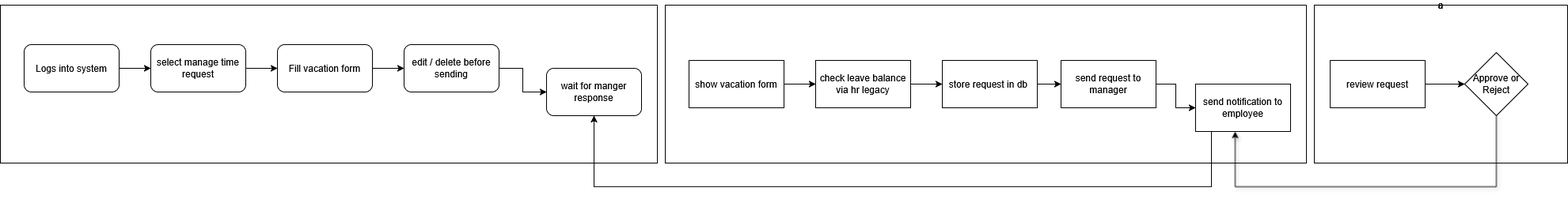
The draw.io diagram Flowchart.drawio.png in Moaz-ashraf1/Vaction-System, before a commit. Source tidied: cells renumbered, new cells last; positions are measured from the earlier drawing's top-left corner, leaving out a move shared by most shapes. Its diagram source:
```xml
<mxGraphModel>
  <root>
    <mxCell id="0" />
    <mxCell id="1" parent="0" />
    <mxCell id="2" style="swimlane;startSize=0;" parent="1" vertex="1">
      <mxGeometry width="830" height="200" as="geometry" />
    </mxCell>
    <mxCell id="3" style="edgeStyle=orthogonalEdgeStyle;rounded=0;jettySize=auto;html=1;" parent="2" edge="1" source="4" target="6">
      <mxGeometry relative="1" as="geometry" />
    </mxCell>
    <mxCell id="4" value="Logs into system" style="rounded=1;whiteSpace=wrap;html=1;" parent="2" vertex="1">
      <mxGeometry x="30" y="50" width="120" height="60" as="geometry" />
    </mxCell>
    <mxCell id="5" style="edgeStyle=orthogonalEdgeStyle;rounded=0;jettySize=auto;html=1;" parent="2" edge="1" source="6" target="8">
      <mxGeometry relative="1" as="geometry" />
    </mxCell>
    <mxCell id="6" value="select manage time request" style="rounded=1;whiteSpace=wrap;html=1;" parent="2" vertex="1">
      <mxGeometry x="190" y="50" width="120" height="60" as="geometry" />
    </mxCell>
    <mxCell id="7" style="edgeStyle=orthogonalEdgeStyle;rounded=0;jettySize=auto;html=1;" parent="2" edge="1" source="8" target="10">
      <mxGeometry relative="1" as="geometry" />
    </mxCell>
    <mxCell id="8" value="&lt;div&gt;Fill vacation form&lt;/div&gt;" style="rounded=1;whiteSpace=wrap;html=1;" parent="2" vertex="1">
      <mxGeometry x="350" y="50" width="120" height="60" as="geometry" />
    </mxCell>
    <mxCell id="9" style="edgeStyle=orthogonalEdgeStyle;rounded=0;jettySize=auto;html=1;" parent="2" edge="1" source="10" target="11">
      <mxGeometry relative="1" as="geometry" />
    </mxCell>
    <mxCell id="10" value="edit / delete before sending" style="rounded=1;whiteSpace=wrap;html=1;" parent="2" vertex="1">
      <mxGeometry x="510" y="50" width="120" height="60" as="geometry" />
    </mxCell>
    <mxCell id="11" value="wait for manger response" style="rounded=1;whiteSpace=wrap;html=1;" parent="2" vertex="1">
      <mxGeometry x="690" y="80" width="120" height="60" as="geometry" />
    </mxCell>
    <mxCell id="12" style="endArrow=classic;html=1;rounded=0;edgeStyle=orthogonalEdgeStyle;exitX=0;exitY=0.75;exitDx=0;exitDy=0;" parent="2" edge="1" target="11">
      <mxGeometry relative="1" as="geometry">
        <mxPoint x="1510" y="155" as="sourcePoint" />
        <Array as="points">
          <mxPoint x="1510" y="160" />
          <mxPoint x="1530" y="160" />
          <mxPoint x="1530" y="230" />
          <mxPoint x="750" y="230" />
        </Array>
      </mxGeometry>
    </mxCell>
    <mxCell id="13" style="edgeStyle=orthogonalEdgeStyle;rounded=0;jettySize=auto;html=1;" parent="1" edge="1" source="14" target="16">
      <mxGeometry relative="1" as="geometry" />
    </mxCell>
    <mxCell id="14" value="show vacation form" style="rounded=0;whiteSpace=wrap;html=1;" parent="1" vertex="1">
      <mxGeometry x="870" y="70" width="120" height="60" as="geometry" />
    </mxCell>
    <mxCell id="15" style="edgeStyle=orthogonalEdgeStyle;rounded=0;jettySize=auto;html=1;" parent="1" edge="1" source="16" target="18">
      <mxGeometry relative="1" as="geometry" />
    </mxCell>
    <mxCell id="16" value="check leave balance via hr legacy" style="rounded=0;whiteSpace=wrap;html=1;" parent="1" vertex="1">
      <mxGeometry x="1030" y="70" width="120" height="60" as="geometry" />
    </mxCell>
    <mxCell id="17" style="edgeStyle=orthogonalEdgeStyle;rounded=0;jettySize=auto;html=1;" parent="1" edge="1" source="18" target="20">
      <mxGeometry relative="1" as="geometry" />
    </mxCell>
    <mxCell id="18" value="store request in db&amp;nbsp;" style="rounded=0;whiteSpace=wrap;html=1;" parent="1" vertex="1">
      <mxGeometry x="1190" y="70" width="120" height="60" as="geometry" />
    </mxCell>
    <mxCell id="19" style="edgeStyle=orthogonalEdgeStyle;rounded=0;jettySize=auto;html=1;" parent="1" edge="1" source="20" target="21">
      <mxGeometry relative="1" as="geometry" />
    </mxCell>
    <mxCell id="20" value="send request to manager" style="rounded=0;whiteSpace=wrap;html=1;" parent="1" vertex="1">
      <mxGeometry x="1340" y="70" width="120" height="60" as="geometry" />
    </mxCell>
    <mxCell id="21" value="send notification to employee" style="whiteSpace=wrap;html=1;rounded=0;" parent="1" vertex="1">
      <mxGeometry x="1510" y="100" width="120" height="60" as="geometry" />
    </mxCell>
    <mxCell id="22" style="swimlane;startSize=0;" parent="1" vertex="1">
      <mxGeometry x="840" width="810" height="200" as="geometry" />
    </mxCell>
    <mxCell id="23" value="a" style="swimlane;startSize=0;" parent="1" vertex="1">
      <mxGeometry x="1660" width="320" height="200" as="geometry" />
    </mxCell>
    <mxCell id="24" style="edgeStyle=orthogonalEdgeStyle;rounded=0;jettySize=auto;html=1;" parent="23" edge="1" source="25" target="26">
      <mxGeometry relative="1" as="geometry" />
    </mxCell>
    <mxCell id="25" value="review request" style="rounded=0;whiteSpace=wrap;html=1;" parent="23" vertex="1">
      <mxGeometry x="20" y="70" width="120" height="60" as="geometry" />
    </mxCell>
    <mxCell id="26" value="Approve or Reject" style="rhombus;whiteSpace=wrap;html=1;rounded=0;" parent="23" vertex="1">
      <mxGeometry x="190" y="60" width="80" height="80" as="geometry" />
    </mxCell>
    <mxCell id="27" style="endArrow=classic;html=1;rounded=0;flowAnimation=0;shadow=1;edgeStyle=elbowEdgeStyle;elbow=vertical;" parent="1" edge="1">
      <mxGeometry relative="1" as="geometry">
        <mxPoint x="1890" y="140" as="sourcePoint" />
        <mxPoint x="1560" y="160" as="targetPoint" />
        <Array as="points">
          <mxPoint x="1720" y="230" />
        </Array>
      </mxGeometry>
    </mxCell>
  </root>
</mxGraphModel>
```
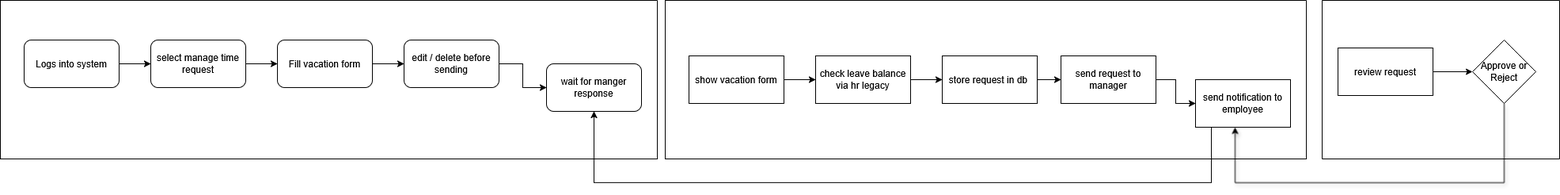
The same diagram one commit later.

What changed in the source:
```diff
@@ -73,26 +73,25 @@
     <mxCell id="22" style="swimlane;startSize=0;" parent="1" vertex="1">
       <mxGeometry x="840" width="810" height="200" as="geometry" />
     </mxCell>
-    <mxCell id="23" value="a" style="swimlane;startSize=0;" parent="1" vertex="1">
-      <mxGeometry x="1660" width="320" height="200" as="geometry" />
-    </mxCell>
+    <mxCell id="27" style="endArrow=classic;html=1;rounded=0;flowAnimation=0;shadow=1;edgeStyle=elbowEdgeStyle;elbow=vertical;exitX=0.5;exitY=1;exitDx=0;exitDy=0;" parent="1" edge="1" source="26">
+      <mxGeometry relative="1" as="geometry">
+        <mxPoint x="1560" y="160" as="targetPoint" />
+        <Array as="points">
+          <mxPoint x="1720" y="230" />
+        </Array>
+      </mxGeometry>
+    </mxCell>
-    <mxCell id="24" style="edgeStyle=orthogonalEdgeStyle;rounded=0;jettySize=auto;html=1;" parent="23" edge="1" source="25" target="26">
+    <mxCell id="24" style="edgeStyle=orthogonalEdgeStyle;rounded=0;jettySize=auto;html=1;" parent="1" edge="1" source="25" target="26">
       <mxGeometry relative="1" as="geometry" />
     </mxCell>
-    <mxCell id="25" value="review request" style="rounded=0;whiteSpace=wrap;html=1;" parent="23" vertex="1">
-      <mxGeometry x="20" y="70" width="120" height="60" as="geometry" />
+    <mxCell id="25" value="review request" style="rounded=0;whiteSpace=wrap;html=1;" parent="1" vertex="1">
+      <mxGeometry x="1690" y="60" width="120" height="60" as="geometry" />
     </mxCell>
-    <mxCell id="26" value="Approve or Reject" style="rhombus;whiteSpace=wrap;html=1;rounded=0;" parent="23" vertex="1">
-      <mxGeometry x="190" y="60" width="80" height="80" as="geometry" />
+    <mxCell id="26" value="Approve or Reject" style="rhombus;whiteSpace=wrap;html=1;rounded=0;" parent="1" vertex="1">
+      <mxGeometry x="1860" y="50" width="80" height="80" as="geometry" />
     </mxCell>
-    <mxCell id="27" style="endArrow=classic;html=1;rounded=0;flowAnimation=0;shadow=1;edgeStyle=elbowEdgeStyle;elbow=vertical;" parent="1" edge="1">
-      <mxGeometry relative="1" as="geometry">
-        <mxPoint x="1890" y="140" as="sourcePoint" />
-        <mxPoint x="1560" y="160" as="targetPoint" />
-        <Array as="points">
-          <mxPoint x="1720" y="230" />
-        </Array>
-      </mxGeometry>
-    </mxCell>
+    <mxCell id="28" style="swimlane;startSize=0;" parent="1" vertex="1">
+      <mxGeometry x="1670" width="300" height="200" as="geometry" />
+    </mxCell>
   </root>
 </mxGraphModel>
```
